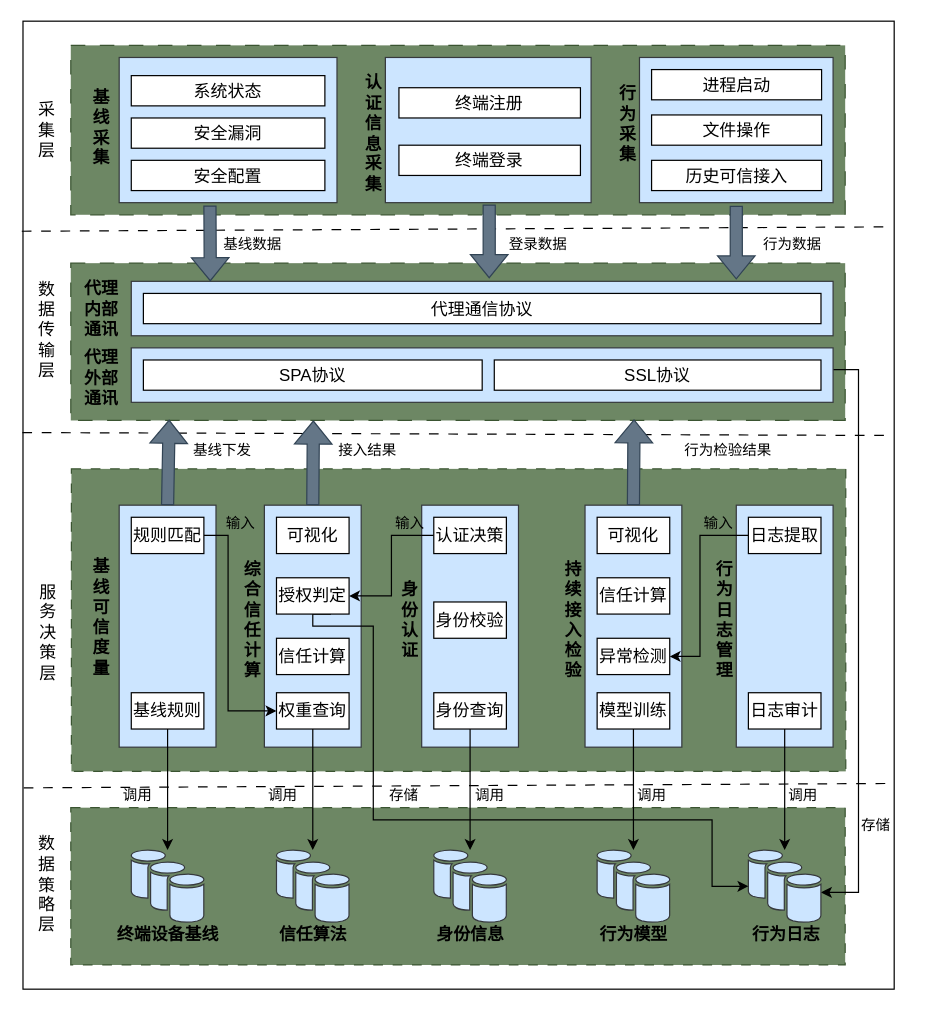
Before: testDirectory/零信任可信接入系统架构图.drawio in Moose1273/-, a draw.io diagram. Source tidied: cells renumbered, new cells numbered last; positions are measured from the earlier drawing's top-left corner, leaving out a move shared by most shapes. Both pictures are drawn from the tidied source at 121%, with x=0, y=0 at pixel (22, 21).
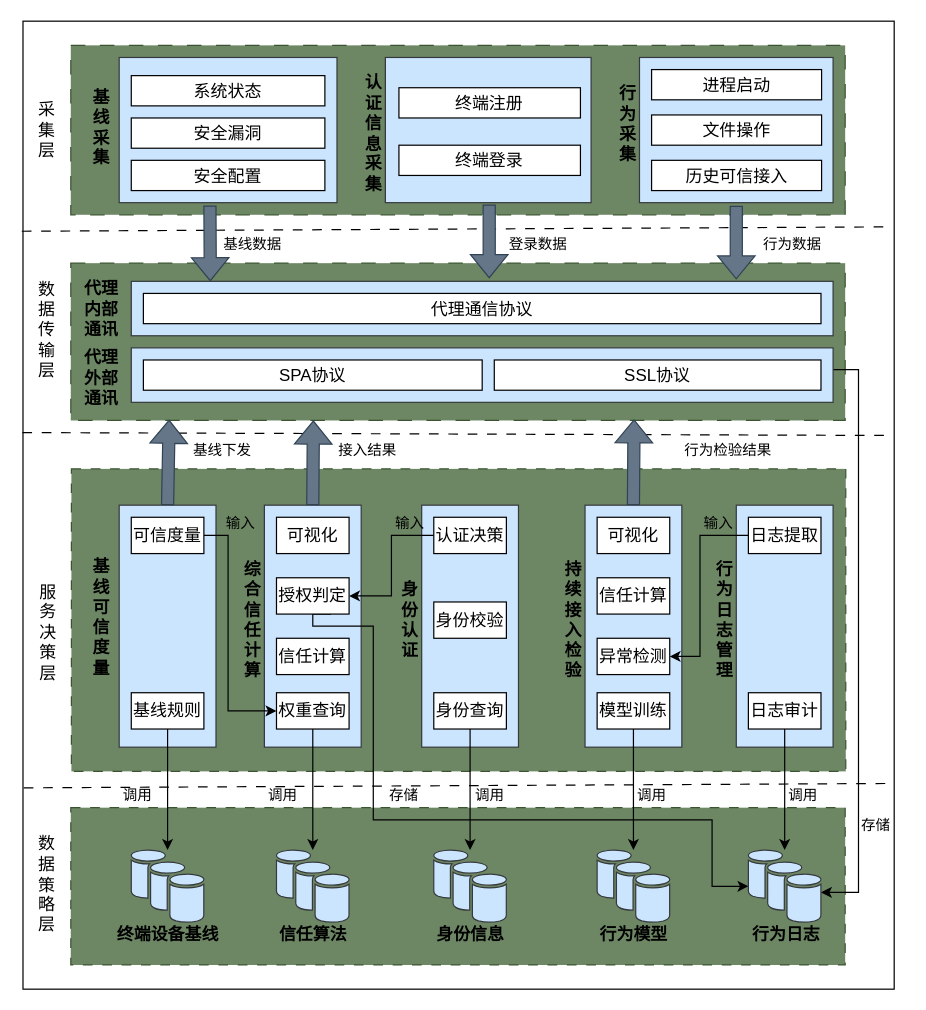
After the change.

Commit message:
更新零信任可信接入系统架构图.drawio

Change to the diagram source:
```diff
@@
-    <mxCell id="69" value="规则匹配" style="rounded=0;whiteSpace=wrap;html=1;fontSize=14;" parent="1" vertex="1">
+    <mxCell id="69" value="可信度量" style="rounded=0;whiteSpace=wrap;html=1;fontSize=14;" parent="1" vertex="1">
       <mxGeometry x="90" y="410" width="60" height="30" as="geometry" />
     </mxCell>
```
